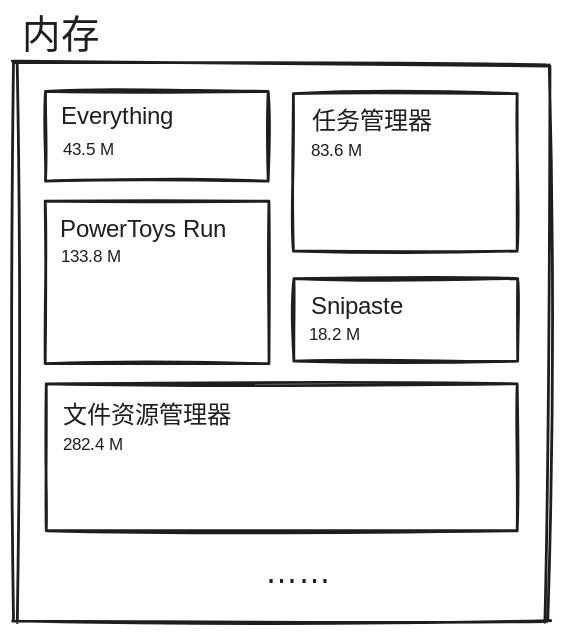
This is 前端相关/浏览器原理/images/ram-process.svg from Linho1219/LinhoNotes, a Excalidraw export, as it was before one commit. Source tidied: one line per element, renumbered; positions are measured from the earlier drawing's top-left corner, leaving out a move shared by most shapes.
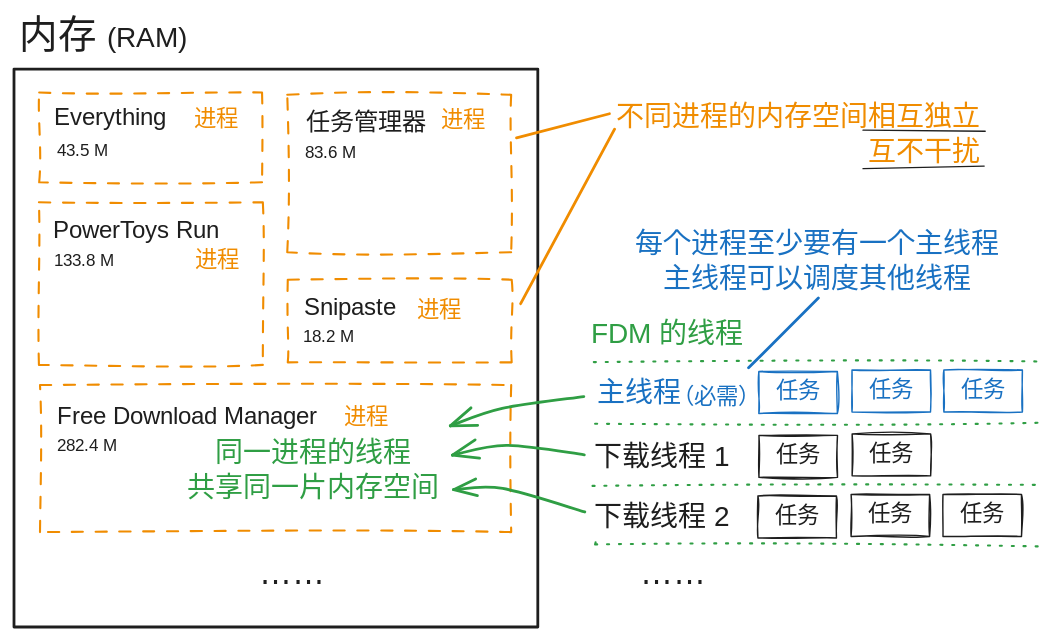
After the change.

Diff of the diagram source:
```diff
@@ -1,18 +1,61 @@
-{"id": 0, "type": "rectangle", "strokeColor": "#1e1e1e", "strokeWidth": 2, "roughness": 2, "x": 0, "y": 35, "width": 381, "height": 399}
+{"id": 0, "type": "rectangle", "strokeColor": "#1e1e1e", "strokeWidth": 2, "roughness": 0, "x": 4, "y": 39, "width": 374, "height": 399}
-{"id": 1, "type": "text", "text": "内存", "strokeColor": "#1e1e1e", "strokeWidth": 4, "roughness": 2, "fontSize": 27.52, "fontFamily": 5, "textAlign": "center", "x": 6, "y": 0, "width": 55, "height": 34}
+{"id": 1, "type": "text", "text": "内存", "strokeColor": "#1e1e1e", "strokeWidth": 4, "roughness": 2, "fontSize": 27.52, "fontFamily": 5, "x": 8, "y": -1, "width": 55, "height": 34}
-{"id": 2, "type": "rectangle", "strokeColor": "#1e1e1e", "strokeWidth": 2, "roughness": 1, "x": 22, "y": 55, "width": 159, "height": 64}
+{"id": 2, "type": "rectangle", "strokeColor": "#f08c00", "strokeWidth": 1, "strokeStyle": "dashed", "roughness": 1, "x": 22, "y": 55, "width": 159, "height": 64}
 {"id": 3, "type": "text", "text": "Everything", "strokeColor": "#1e1e1e", "strokeWidth": 2, "roughness": 1, "fontSize": 17.24, "fontFamily": 5, "x": 33, "y": 63, "width": 89, "height": 22}
-{"id": 4, "type": "rectangle", "strokeColor": "#1e1e1e", "strokeWidth": 2, "roughness": 1, "x": 22, "y": 134, "width": 160, "height": 116}
+{"id": 4, "type": "rectangle", "strokeColor": "#f08c00", "strokeWidth": 1, "strokeStyle": "dashed", "roughness": 1, "x": 22, "y": 134, "width": 160, "height": 116}
 {"id": 5, "type": "text", "text": "43.5 M", "strokeColor": "#1e1e1e", "strokeWidth": 2, "roughness": 1, "fontSize": 12.19, "fontFamily": 5, "x": 35, "y": 90, "width": 40, "height": 15}
-{"id": 6, "type": "text", "text": "133.8 M", "strokeColor": "#1e1e1e", "strokeWidth": 2, "roughness": 1, "fontSize": 12.19, "fontFamily": 5, "x": 33, "y": 167, "width": 45, "height": 15}
+{"id": 6, "type": "text", "text": "133.8 M", "strokeColor": "#1e1e1e", "strokeWidth": 2, "roughness": 1, "fontSize": 12.19, "fontFamily": 5, "x": 33, "y": 168, "width": 45, "height": 15}
 {"id": 7, "type": "text", "text": "PowerToys Run", "strokeColor": "#1e1e1e", "strokeWidth": 2, "roughness": 1, "fontSize": 17.24, "fontFamily": 5, "x": 33, "y": 144, "width": 130, "height": 22}
-{"id": 8, "type": "rectangle", "strokeColor": "#1e1e1e", "strokeWidth": 2, "roughness": 1, "x": 200, "y": 57, "width": 160, "height": 112}
+{"id": 8, "type": "rectangle", "strokeColor": "#f08c00", "strokeWidth": 1, "strokeStyle": "dashed", "roughness": 1, "x": 200, "y": 57, "width": 160, "height": 112}
 {"id": 9, "type": "text", "text": "83.6 M", "strokeColor": "#1e1e1e", "strokeWidth": 2, "roughness": 1, "fontSize": 12.19, "fontFamily": 5, "x": 212, "y": 91, "width": 41, "height": 15}
 {"id": 10, "type": "text", "text": "任务管理器", "strokeColor": "#1e1e1e", "strokeWidth": 2, "roughness": 1, "fontSize": 17.24, "fontFamily": 5, "x": 213, "y": 67, "width": 86, "height": 22}
-{"id": 11, "type": "rectangle", "strokeColor": "#1e1e1e", "strokeWidth": 2, "roughness": 1, "x": 200, "y": 189, "width": 160, "height": 59}
+{"id": 11, "type": "rectangle", "strokeColor": "#f08c00", "strokeWidth": 1, "strokeStyle": "dashed", "roughness": 1, "x": 200, "y": 189, "width": 160, "height": 59}
 {"id": 12, "type": "text", "text": "18.2 M", "strokeColor": "#1e1e1e", "strokeWidth": 2, "roughness": 1, "fontSize": 12.19, "fontFamily": 5, "x": 211, "y": 223, "width": 39, "height": 15}
 {"id": 13, "type": "text", "text": "Snipaste", "strokeColor": "#1e1e1e", "strokeWidth": 2, "roughness": 1, "fontSize": 17.24, "fontFamily": 5, "x": 212, "y": 199, "width": 71, "height": 22}
-{"id": 14, "type": "rectangle", "strokeColor": "#1e1e1e", "strokeWidth": 2, "roughness": 1, "x": 23, "y": 264, "width": 337, "height": 105}
+{"id": 14, "type": "rectangle", "strokeColor": "#f08c00", "strokeWidth": 1, "strokeStyle": "dashed", "roughness": 1, "x": 23, "y": 264, "width": 337, "height": 105}
 {"id": 15, "type": "text", "text": "282.4 M", "strokeColor": "#1e1e1e", "strokeWidth": 2, "roughness": 1, "fontSize": 12.19, "fontFamily": 5, "x": 35, "y": 301, "width": 50, "height": 15}
-{"id": 16, "type": "text", "text": "文件资源管理器", "strokeColor": "#1e1e1e", "strokeWidth": 2, "roughness": 1, "fontSize": 17.24, "fontFamily": 5, "x": 35, "y": 277, "width": 121, "height": 22}
+{"id": 16, "type": "text", "text": "Free Download Manager", "strokeColor": "#1e1e1e", "strokeWidth": 2, "roughness": 1, "fontSize": 17.24, "fontFamily": 5, "x": 35, "y": 277, "width": 198, "height": 22}
 {"id": 17, "type": "text", "text": "……", "strokeColor": "#1e1e1e", "strokeWidth": 2, "roughness": 1, "fontSize": 23.34, "fontFamily": 5, "x": 179, "y": 386, "width": 33, "height": 29}
+{"id": 18, "type": "text", "text": "进程", "strokeColor": "#f08c00", "strokeWidth": 2, "strokeStyle": "dashed", "roughness": 0, "fontSize": 16, "fontFamily": 5, "x": 133, "y": 65, "width": 32, "height": 20}
+{"id": 19, "type": "text", "text": "进程", "strokeColor": "#f08c00", "strokeWidth": 2, "strokeStyle": "dashed", "roughness": 0, "fontSize": 16, "fontFamily": 5, "x": 310, "y": 66, "width": 32, "height": 20}
+{"id": 20, "type": "text", "text": "进程", "strokeColor": "#f08c00", "strokeWidth": 2, "strokeStyle": "dashed", "roughness": 0, "fontSize": 16, "fontFamily": 5, "x": 292, "y": 201, "width": 32, "height": 20}
+{"id": 21, "type": "text", "text": "进程", "strokeColor": "#f08c00", "strokeWidth": 2, "strokeStyle": "dashed", "roughness": 0, "fontSize": 16, "fontFamily": 5, "x": 134, "y": 166, "width": 32, "height": 20}
+{"id": 22, "type": "text", "text": "进程", "strokeColor": "#f08c00", "strokeWidth": 2, "strokeStyle": "dashed", "roughness": 0, "fontSize": 16, "fontFamily": 5, "x": 240, "y": 278, "width": 32, "height": 20}
+{"id": 23, "type": "arrow", "strokeColor": "#2f9e44", "strokeWidth": 2, "roughness": 0, "endArrowhead": "arrow", "round": true, "from": 24, "x": 411, "y": 273, "width": 95, "height": 21, "points": [[0, 0], [-58, 8], [-95, 21]]}
+{"id": 24, "type": "text", "text": "主线程", "strokeColor": "#1971c2", "strokeWidth": 2, "roughness": 0, "fontSize": 20, "fontFamily": 5, "x": 421, "y": 259, "width": 60, "height": 25}
+{"id": 25, "type": "rectangle", "strokeColor": "#1971c2", "strokeWidth": 1, "roughness": 1, "x": 536, "y": 255, "width": 56, "height": 30}
+{"id": 26, "type": "text", "text": "任务", "strokeColor": "#1971c2", "strokeWidth": 1, "roughness": 1, "fontSize": 16, "fontFamily": 5, "textAlign": "center", "verticalAlign": "middle", "inside": 25, "x": 548, "y": 260, "width": 32, "height": 20}
+{"id": 27, "type": "rectangle", "strokeColor": "#1971c2", "strokeWidth": 1, "roughness": 1, "x": 603, "y": 253, "width": 56, "height": 30}
+{"id": 28, "type": "text", "text": "任务", "strokeColor": "#1971c2", "strokeWidth": 1, "roughness": 1, "fontSize": 16, "fontFamily": 5, "textAlign": "center", "verticalAlign": "middle", "inside": 27, "x": 615, "y": 258, "width": 32, "height": 20}
+{"id": 29, "type": "rectangle", "strokeColor": "#1971c2", "strokeWidth": 1, "roughness": 1, "x": 669, "y": 253, "width": 56, "height": 30}
+{"id": 30, "type": "text", "text": "任务", "strokeColor": "#1971c2", "strokeWidth": 1, "roughness": 1, "fontSize": 16, "fontFamily": 5, "textAlign": "center", "verticalAlign": "middle", "inside": 29, "x": 681, "y": 258, "width": 32, "height": 20}
+{"id": 31, "type": "text", "text": "下载线程 1", "strokeColor": "#1e1e1e", "strokeWidth": 2, "roughness": 0, "fontSize": 20, "fontFamily": 5, "x": 418, "y": 304, "width": 97, "height": 25}
+{"id": 32, "type": "text", "text": "下载线程 2", "strokeColor": "#1e1e1e", "strokeWidth": 2, "roughness": 0, "fontSize": 20, "fontFamily": 5, "x": 418, "y": 347, "width": 102, "height": 25}
+{"id": 33, "type": "text", "text": "……", "strokeColor": "#1e1e1e", "strokeWidth": 2, "roughness": 1, "fontSize": 23.34, "fontFamily": 5, "x": 452, "y": 386, "width": 33, "height": 29}
+{"id": 34, "type": "rectangle", "strokeColor": "#1e1e1e", "strokeWidth": 1, "roughness": 1, "x": 536, "y": 300, "width": 56, "height": 30}
+{"id": 35, "type": "text", "text": "任务", "strokeColor": "#1e1e1e", "strokeWidth": 1, "roughness": 1, "fontSize": 16, "fontFamily": 5, "textAlign": "center", "verticalAlign": "middle", "inside": 34, "x": 549, "y": 305, "width": 32, "height": 20}
+{"id": 36, "type": "rectangle", "strokeColor": "#1e1e1e", "strokeWidth": 1, "roughness": 1, "x": 603, "y": 299, "width": 56, "height": 30}
+{"id": 37, "type": "text", "text": "任务", "strokeColor": "#1e1e1e", "strokeWidth": 1, "roughness": 1, "fontSize": 16, "fontFamily": 5, "textAlign": "center", "verticalAlign": "middle", "inside": 36, "x": 615, "y": 304, "width": 32, "height": 20}
+{"id": 38, "type": "rectangle", "strokeColor": "#1e1e1e", "strokeWidth": 1, "roughness": 1, "x": 536, "y": 343, "width": 56, "height": 30}
+{"id": 39, "type": "text", "text": "任务", "strokeColor": "#1e1e1e", "strokeWidth": 1, "roughness": 1, "fontSize": 16, "fontFamily": 5, "textAlign": "center", "verticalAlign": "middle", "inside": 38, "x": 548, "y": 348, "width": 32, "height": 20}
+{"id": 40, "type": "rectangle", "strokeColor": "#1e1e1e", "strokeWidth": 1, "roughness": 1, "x": 602, "y": 342, "width": 56, "height": 30}
+{"id": 41, "type": "text", "text": "任务", "strokeColor": "#1e1e1e", "strokeWidth": 1, "roughness": 1, "fontSize": 16, "fontFamily": 5, "textAlign": "center", "verticalAlign": "middle", "inside": 40, "x": 614, "y": 347, "width": 32, "height": 20}
+{"id": 42, "type": "rectangle", "strokeColor": "#1e1e1e", "strokeWidth": 1, "roughness": 1, "x": 668, "y": 342, "width": 56, "height": 30}
+{"id": 43, "type": "text", "text": "任务", "strokeColor": "#1e1e1e", "strokeWidth": 1, "roughness": 1, "fontSize": 16, "fontFamily": 5, "textAlign": "center", "verticalAlign": "middle", "inside": 42, "x": 680, "y": 347, "width": 32, "height": 20}
+{"id": 44, "type": "arrow", "strokeColor": "#2f9e44", "strokeWidth": 2, "roughness": 0, "endArrowhead": "arrow", "round": true, "from": 31, "x": 412, "y": 314, "width": 94, "height": 7, "points": [[0, 0], [-56, -7], [-94, 0]]}
+{"id": 45, "type": "arrow", "strokeColor": "#2f9e44", "strokeWidth": 2, "roughness": 0, "endArrowhead": "arrow", "round": true, "from": 32, "x": 412, "y": 355, "width": 94, "height": 17, "points": [[0, 0], [-59, -17], [-94, -16]]}
+{"id": 46, "type": "text", "text": "同一进程的线程\n共享同一片内存空间", "strokeColor": "#2f9e44", "strokeWidth": 1, "roughness": 1, "fontSize": 20, "fontFamily": 5, "textAlign": "center", "x": 128, "y": 302, "width": 180, "height": 50}
+{"id": 47, "type": "text", "text": "FDM 的线程", "strokeColor": "#2f9e44", "strokeWidth": 1, "roughness": 1, "fontSize": 20, "fontFamily": 5, "x": 417, "y": 217, "width": 112, "height": 25}
+{"id": 48, "type": "line", "strokeColor": "#2f9e44", "strokeWidth": 1, "strokeStyle": "dotted", "roughness": 1, "x": 419, "y": 292, "width": 318, "height": 1, "points": [[0, 0], [318, -1]]}
+{"id": 49, "type": "line", "strokeColor": "#2f9e44", "strokeWidth": 1, "strokeStyle": "dotted", "roughness": 1, "x": 418, "y": 336, "width": 318, "height": 1, "points": [[0, 0], [318, -1]]}
+{"id": 50, "type": "line", "strokeColor": "#2f9e44", "strokeWidth": 1, "strokeStyle": "dotted", "roughness": 1, "x": 420, "y": 377, "width": 320, "height": 3, "points": [[0, 0], [0, 1], [319, 3]]}
+{"id": 51, "type": "text", "text": "（必需）", "strokeColor": "#1971c2", "strokeWidth": 1, "strokeStyle": "dashed", "roughness": 1, "fontSize": 16, "fontFamily": 5, "x": 474, "y": 264, "width": 64, "height": 20}
+{"id": 52, "type": "text", "text": "不同进程的内存空间相互独立\n互不干扰", "strokeColor": "#f08c00", "strokeWidth": 1, "strokeStyle": "dashed", "roughness": 1, "fontSize": 20, "fontFamily": 5, "textAlign": "right", "x": 434, "y": 61, "width": 260, "height": 50}
+{"id": 53, "type": "line", "strokeColor": "#2f9e44", "strokeWidth": 1, "strokeStyle": "dotted", "roughness": 1, "x": 419, "y": 248, "width": 322, "height": 0, "points": [[0, 0], [322, 0]]}
+{"id": 54, "type": "line", "strokeColor": "#1e1e1e", "strokeWidth": 1, "roughness": 0, "x": 611, "y": 82, "width": 87, "height": 1, "points": [[0, 0], [87, 1]]}
+{"id": 55, "type": "line", "strokeColor": "#1e1e1e", "strokeWidth": 1, "roughness": 0, "x": 611, "y": 110, "width": 87, "height": 2, "points": [[0, 0], [87, -2]]}
+{"id": 56, "type": "text", "text": "(RAM)", "strokeColor": "#1e1e1e", "strokeWidth": 1, "roughness": 0, "fontSize": 20, "fontFamily": 8, "x": 71, "y": 6, "width": 55, "height": 25}
+{"id": 57, "type": "line", "strokeColor": "#f08c00", "strokeWidth": 2, "roughness": 0, "x": 363, "y": 88, "width": 66, "height": 17, "points": [[0, 0], [66, -17]]}
+{"id": 58, "type": "line", "strokeColor": "#f08c00", "strokeWidth": 2, "roughness": 0, "x": 433, "y": 82, "width": 67, "height": 125, "points": [[0, 0], [-67, 125]]}
+{"id": 59, "type": "line", "strokeColor": "#1971c2", "strokeWidth": 2, "roughness": 0, "x": 529, "y": 252, "width": 50, "height": 50, "points": [[0, 0], [50, -50]]}
+{"id": 60, "type": "text", "text": "每个进程至少要有一个主线程\n主线程可以调度其他线程", "strokeColor": "#1971c2", "strokeWidth": 2, "roughness": 0, "fontSize": 20, "fontFamily": 5, "textAlign": "center", "x": 448, "y": 152, "width": 260, "height": 50}
```
